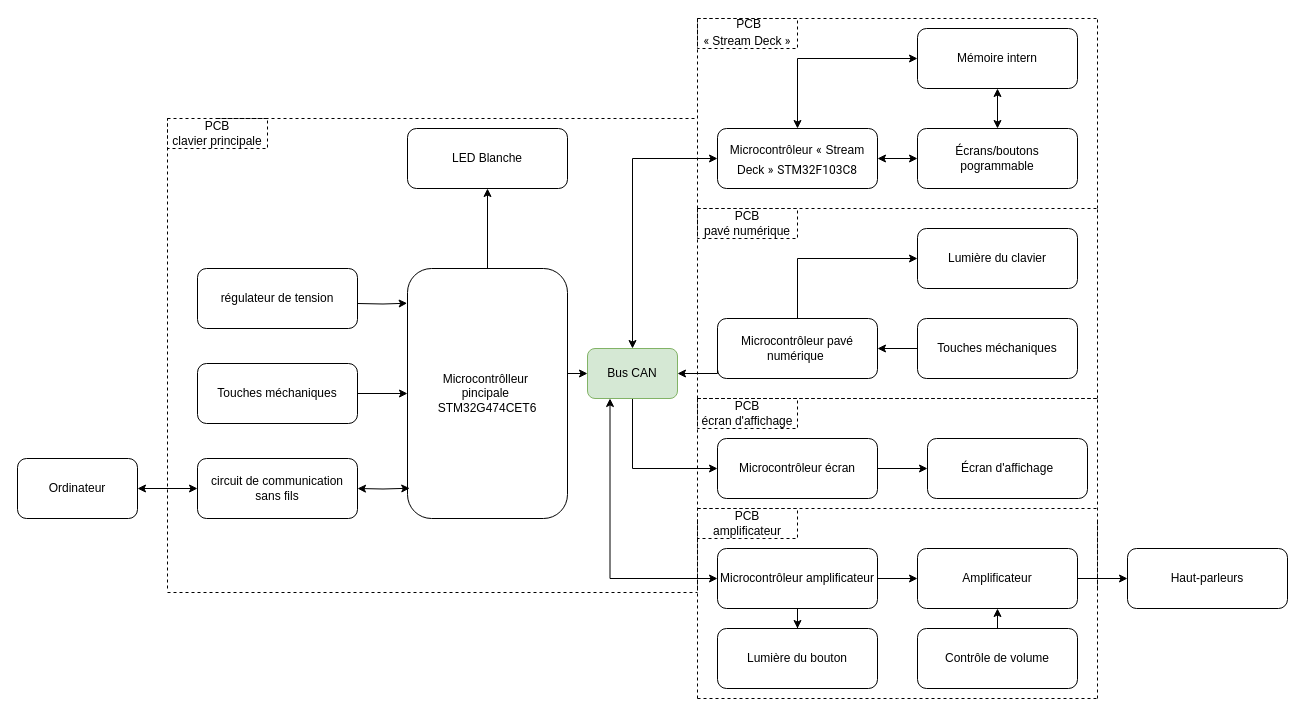
The draw.io diagram Schéma bloc technology.drawio in McJorts/Devoir, before the edit. Source tidied: cells renumbered, new cells numbered last; positions are measured from the earlier drawing's top-left corner, leaving out a move shared by most shapes. Both pictures are drawn from the tidied source at 100%, with x=0, y=0 at pixel (17, 18).
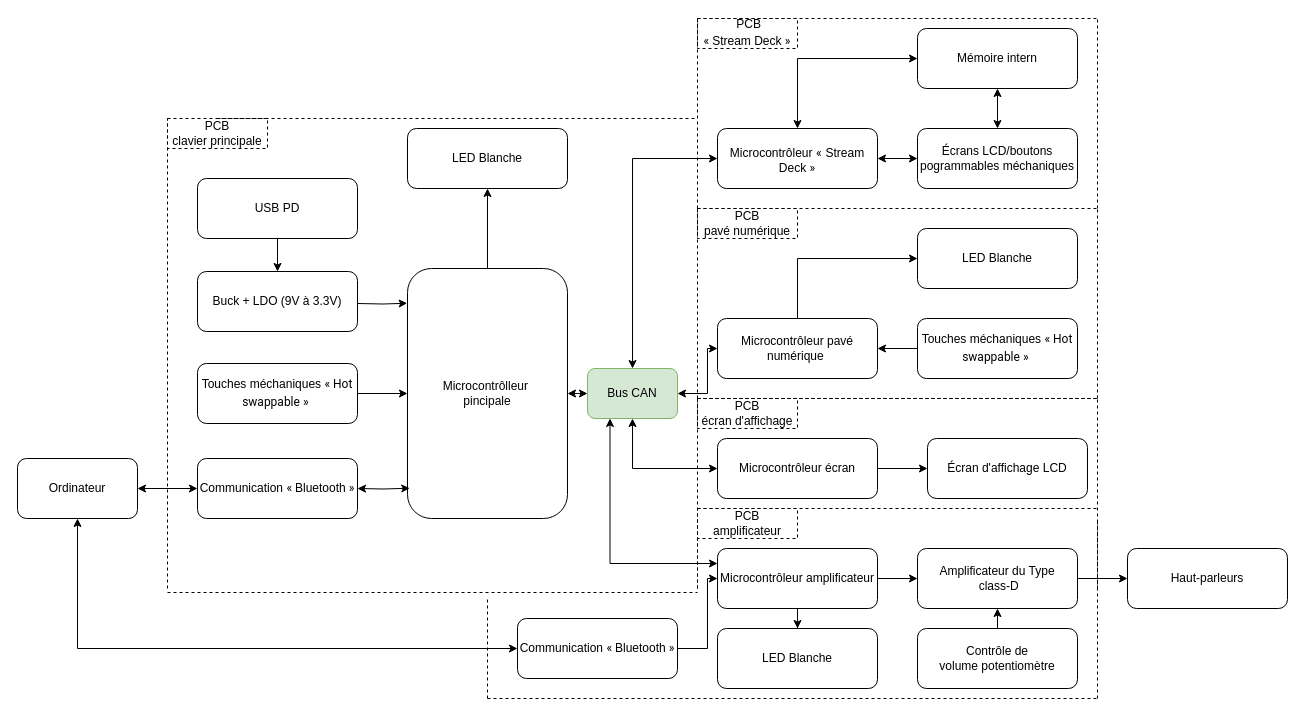
Above is the later version.

Unchanged cells that the change refers to:
```xml
<mxCell id="2" value="Ordinateur" style="rounded=1;whiteSpace=wrap;html=1;" parent="1" vertex="1">
  <mxGeometry y="440" width="120" height="60" as="geometry" />
</mxCell>
<mxCell id="37" value="&lt;div style=&quot;&quot;&gt;&lt;span style=&quot;background-color: transparent; color: light-dark(rgb(0, 0, 0), rgb(255, 255, 255));&quot;&gt;Microcontrôleur pavé numérique&amp;nbsp;&lt;/span&gt;&lt;/div&gt;" style="rounded=1;whiteSpace=wrap;html=1;align=center;" parent="1" vertex="1">
  <mxGeometry x="700" y="300" width="160" height="60" as="geometry" />
</mxCell>
<mxCell id="39" value="&lt;div style=&quot;text-align: start;&quot;&gt;&lt;span style=&quot;background-color: transparent; color: light-dark(rgb(0, 0, 0), rgb(255, 255, 255));&quot;&gt;Microcontrôleur écran&lt;/span&gt;&lt;/div&gt;" style="rounded=1;whiteSpace=wrap;html=1;" parent="1" vertex="1">
  <mxGeometry x="700" y="420" width="160" height="60" as="geometry" />
</mxCell>
<mxCell id="58" value="&lt;div style=&quot;text-align: start;&quot;&gt;&lt;span style=&quot;background-color: transparent; color: light-dark(rgb(0, 0, 0), rgb(255, 255, 255));&quot;&gt;Microcontrôleur amplificateur&lt;/span&gt;&lt;/div&gt;" style="rounded=1;whiteSpace=wrap;html=1;" parent="1" vertex="1">
  <mxGeometry x="700" y="530" width="160" height="60" as="geometry" />
</mxCell>
```

Change to the diagram source:
```diff
@@
+    <mxCell id="66" style="edgeStyle=orthogonalEdgeStyle;rounded=0;jettySize=auto;html=1;curved=0;entryX=0;entryY=0.5;entryDx=0;entryDy=0;startArrow=classic;startFill=1;" parent="1" edge="1" source="2" target="70">
+      <mxGeometry relative="1" as="geometry">
+        <Array as="points">
+          <mxPoint x="60" y="630" />
+        </Array>
+      </mxGeometry>
+    </mxCell>
@@
-    <mxCell id="5" style="edgeStyle=orthogonalEdgeStyle;rounded=0;jettySize=auto;html=1;entryX=0;entryY=0.5;entryDx=0;entryDy=0;startArrow=classic;startFill=1;exitX=0.25;exitY=1;exitDx=0;exitDy=0;" parent="1" edge="1" source="65" target="58">
+    <mxCell id="5" style="edgeStyle=orthogonalEdgeStyle;rounded=0;jettySize=auto;html=1;entryX=0;entryY=0.25;entryDx=0;entryDy=0;startArrow=classic;startFill=1;exitX=0.25;exitY=1;exitDx=0;exitDy=0;" parent="1" edge="1" source="65" target="58">
       <mxGeometry relative="1" as="geometry">
         <Array as="points">
-          <mxPoint x="592.5" y="560" />
+          <mxPoint x="592.5" y="545" />
         </Array>
       </mxGeometry>
     </mxCell>
-    <mxCell id="6" style="edgeStyle=orthogonalEdgeStyle;rounded=0;jettySize=auto;html=1;exitX=1;exitY=0.5;exitDx=0;exitDy=0;entryX=0;entryY=0.5;entryDx=0;entryDy=0;" parent="1" edge="1" source="7" target="65">
+    <mxCell id="6" style="edgeStyle=orthogonalEdgeStyle;rounded=0;jettySize=auto;html=1;exitX=1;exitY=0.5;exitDx=0;exitDy=0;entryX=0;entryY=0.5;entryDx=0;entryDy=0;startArrow=classic;startFill=1;" parent="1" edge="1" source="7" target="65">
       <mxGeometry relative="1" as="geometry">
         <Array as="points">
-          <mxPoint x="550" y="355" />
+          <mxPoint x="560" y="375" />
+          <mxPoint x="560" y="375" />
         </Array>
       </mxGeometry>
     </mxCell>
-    <mxCell id="7" value="Microcontrôlleur&amp;nbsp;&lt;div&gt;pincipale&amp;nbsp;&lt;/div&gt;&lt;div&gt;STM32G474CET6&lt;/div&gt;" style="rounded=1;whiteSpace=wrap;html=1;" parent="1" vertex="1">
+    <mxCell id="7" value="Microcontrôlleur&amp;nbsp;&lt;div&gt;pincipale&lt;/div&gt;" style="rounded=1;whiteSpace=wrap;html=1;" parent="1" vertex="1">
       <mxGeometry x="390" y="250" width="160" height="250" as="geometry" />
     </mxCell>
@@
-    <mxCell id="10" value="circuit de communication sans fils" style="rounded=1;whiteSpace=wrap;html=1;" parent="1" vertex="1">
+    <mxCell id="10" value="&lt;br&gt;&lt;div align=&quot;center&quot;&gt;Communication&amp;nbsp;&lt;font&gt;&lt;span style=&quot;font-family: roboto, helvetica, sans-serif; text-align: start; background-color: rgb(255, 255, 255);&quot;&gt;«&amp;nbsp;&lt;/span&gt;&lt;/font&gt;Bluetooth&lt;span style=&quot;font-family: roboto, helvetica, sans-serif; text-align: start; background-color: rgb(255, 255, 255);&quot;&gt;&lt;font&gt;&amp;nbsp;»&lt;/font&gt;&lt;/span&gt;&lt;br&gt;&lt;br&gt;&lt;/div&gt;" style="rounded=1;whiteSpace=wrap;html=1;align=center;" parent="1" vertex="1">
       <mxGeometry x="180" y="440" width="160" height="60" as="geometry" />
     </mxCell>
@@
+    <mxCell id="67" style="edgeStyle=orthogonalEdgeStyle;rounded=0;jettySize=auto;html=1;" parent="1" edge="1" source="13" target="68">
+      <mxGeometry relative="1" as="geometry" />
+    </mxCell>
-    <mxCell id="13" value="régulateur de tension" style="rounded=1;whiteSpace=wrap;html=1;" parent="1" vertex="1">
-      <mxGeometry x="180" y="250" width="160" height="60" as="geometry" />
+    <mxCell id="13" value="USB PD" style="rounded=1;whiteSpace=wrap;html=1;" parent="1" vertex="1">
+      <mxGeometry x="180" y="160" width="160" height="60" as="geometry" />
     </mxCell>
@@
-    <mxCell id="15" value="Microcontrôleur&lt;font&gt;&amp;nbsp;&lt;span style=&quot;font-family: roboto, helvetica, sans-serif; text-align: start; background-color: rgb(255, 255, 255);&quot;&gt;«&lt;/span&gt;&lt;/font&gt;&lt;span style=&quot;font-family: roboto, helvetica, sans-serif; font-size: 16px; text-align: start; background-color: rgb(255, 255, 255);&quot;&gt;&amp;nbsp;&lt;/span&gt;Stream Deck&amp;nbsp;&lt;span style=&quot;line-height: 115%; font-family: Aptos, sans-serif;&quot;&gt;&lt;/span&gt;&lt;span style=&quot;font-family: roboto, helvetica, sans-serif; text-align: start; background-color: rgb(255, 255, 255);&quot;&gt;&lt;font&gt;»&lt;span style=&quot;font-size: 16px;&quot;&gt;&amp;nbsp;&lt;/span&gt;&lt;font&gt;STM32F103C8&lt;/font&gt;&lt;/font&gt;&lt;/span&gt;" style="rounded=1;whiteSpace=wrap;html=1;" parent="1" vertex="1">
+    <mxCell id="15" value="Microcontrôleur&lt;font&gt;&amp;nbsp;&lt;span style=&quot;font-family: roboto, helvetica, sans-serif; text-align: start; background-color: rgb(255, 255, 255);&quot;&gt;«&lt;/span&gt;&lt;/font&gt;&lt;span style=&quot;font-family: roboto, helvetica, sans-serif; font-size: 16px; text-align: start; background-color: rgb(255, 255, 255);&quot;&gt;&amp;nbsp;&lt;/span&gt;Stream Deck&amp;nbsp;&lt;span style=&quot;line-height: 115%; font-family: Aptos, sans-serif;&quot;&gt;&lt;/span&gt;&lt;span style=&quot;font-family: roboto, helvetica, sans-serif; text-align: start; background-color: rgb(255, 255, 255);&quot;&gt;&lt;font&gt;»&lt;/font&gt;&lt;/span&gt;" style="rounded=1;whiteSpace=wrap;html=1;" parent="1" vertex="1">
       <mxGeometry x="700" y="110" width="160" height="60" as="geometry" />
     </mxCell>
@@
-    <mxCell id="19" value="Écrans/boutons pogrammable" style="rounded=1;whiteSpace=wrap;html=1;" parent="1" vertex="1">
+    <mxCell id="19" value="Écrans LCD/boutons pogrammables méchaniques" style="rounded=1;whiteSpace=wrap;html=1;" parent="1" vertex="1">
       <mxGeometry x="900" y="110" width="160" height="60" as="geometry" />
     </mxCell>
@@
     <mxCell id="32" style="endArrow=none;dashed=1;html=1;rounded=0;" parent="1" edge="1">
       <mxGeometry relative="1" as="geometry">
-        <mxPoint x="680" y="680" as="sourcePoint" />
+        <mxPoint x="680" y="570" as="sourcePoint" />
         <mxPoint x="680" y="500" as="targetPoint" />
       </mxGeometry>
     </mxCell>
     <mxCell id="33" style="endArrow=none;dashed=1;html=1;rounded=0;" parent="1" edge="1">
       <mxGeometry relative="1" as="geometry">
-        <mxPoint x="680" y="680" as="sourcePoint" />
+        <mxPoint x="470" y="680" as="sourcePoint" />
         <mxPoint x="1080" y="680" as="targetPoint" />
         <Array as="points">
           <mxPoint x="880" y="680" />
         </Array>
       </mxGeometry>
     </mxCell>
@@
-    <mxCell id="41" value="&lt;div style=&quot;text-align: start;&quot;&gt;&lt;span style=&quot;background-color: transparent; color: light-dark(rgb(0, 0, 0), rgb(255, 255, 255));&quot;&gt;Amplificateur&lt;/span&gt;&lt;/div&gt;" style="rounded=1;whiteSpace=wrap;html=1;" parent="1" vertex="1">
+    <mxCell id="41" value="&lt;div align=&quot;center&quot;&gt;&lt;span style=&quot;background-color: transparent; color: light-dark(rgb(0, 0, 0), rgb(255, 255, 255));&quot;&gt;Amplificateur du Type&lt;/span&gt;&lt;/div&gt;&lt;div align=&quot;center&quot;&gt;&lt;span style=&quot;background-color: transparent; color: light-dark(rgb(0, 0, 0), rgb(255, 255, 255));&quot;&gt;&amp;nbsp;class-D&lt;/span&gt;&lt;/div&gt;" style="rounded=1;whiteSpace=wrap;html=1;align=center;" parent="1" vertex="1">
       <mxGeometry x="900" y="530" width="160" height="60" as="geometry" />
     </mxCell>
-    <mxCell id="42" value="Lumière du clavier" style="rounded=1;whiteSpace=wrap;html=1;" parent="1" vertex="1">
+    <mxCell id="42" value="LED Blanche" style="rounded=1;whiteSpace=wrap;html=1;" parent="1" vertex="1">
       <mxGeometry x="900" y="210" width="160" height="60" as="geometry" />
     </mxCell>
@@
-    <mxCell id="44" value="Touches méchaniques" style="rounded=1;whiteSpace=wrap;html=1;" parent="1" vertex="1">
+    <mxCell id="44" value="Touches méchaniques&amp;nbsp;&lt;font&gt;&lt;span style=&quot;font-family: roboto, helvetica, sans-serif; text-align: start; background-color: rgb(255, 255, 255);&quot;&gt;« Hot swappable&lt;/span&gt;&lt;/font&gt;&lt;span style=&quot;font-family: roboto, helvetica, sans-serif; text-align: start; background-color: rgb(255, 255, 255);&quot;&gt;&lt;font&gt;&amp;nbsp;»&lt;span style=&quot;font-size: 16px;&quot;&gt;&lt;/span&gt;&lt;/font&gt;&lt;/span&gt;&amp;nbsp;" style="rounded=1;whiteSpace=wrap;html=1;" parent="1" vertex="1">
       <mxGeometry x="900" y="300" width="160" height="60" as="geometry" />
     </mxCell>
-    <mxCell id="45" value="Écran d'affichage" style="rounded=1;whiteSpace=wrap;html=1;" parent="1" vertex="1">
+    <mxCell id="45" value="Écran d'affichage LCD" style="rounded=1;whiteSpace=wrap;html=1;" parent="1" vertex="1">
       <mxGeometry x="910" y="420" width="160" height="60" as="geometry" />
     </mxCell>
@@
-    <mxCell id="47" value="Contrôle de volume" style="rounded=1;whiteSpace=wrap;html=1;" parent="1" vertex="1">
+    <mxCell id="47" value="Contrôle de volume&amp;nbsp;potentiomètre " style="rounded=1;whiteSpace=wrap;html=1;" parent="1" vertex="1">
       <mxGeometry x="900" y="610" width="160" height="60" as="geometry" />
     </mxCell>
@@
-    <mxCell id="55" value="Touches méchaniques" style="rounded=1;whiteSpace=wrap;html=1;" parent="1" vertex="1">
+    <mxCell id="55" value="Touches méchaniques&amp;nbsp;&lt;font&gt;&lt;span style=&quot;font-family: roboto, helvetica, sans-serif; text-align: start; background-color: rgb(255, 255, 255);&quot;&gt;« Hot swappable&lt;/span&gt;&lt;/font&gt;&lt;span style=&quot;font-family: roboto, helvetica, sans-serif; text-align: start; background-color: rgb(255, 255, 255);&quot;&gt;&lt;font&gt;&amp;nbsp;»&lt;span style=&quot;font-size: 16px;&quot;&gt;&lt;/span&gt;&lt;/font&gt;&lt;/span&gt;&amp;nbsp;" style="rounded=1;whiteSpace=wrap;html=1;" parent="1" vertex="1">
       <mxGeometry x="180" y="345" width="160" height="60" as="geometry" />
     </mxCell>
@@
-    <mxCell id="59" value="Lumière du bouton" style="rounded=1;whiteSpace=wrap;html=1;" parent="1" vertex="1">
+    <mxCell id="59" value="LED Blanche" style="rounded=1;whiteSpace=wrap;html=1;" parent="1" vertex="1">
       <mxGeometry x="700" y="610" width="160" height="60" as="geometry" />
     </mxCell>
@@
-    <mxCell id="63" style="edgeStyle=orthogonalEdgeStyle;rounded=0;jettySize=auto;html=1;exitX=0;exitY=0.5;exitDx=0;exitDy=0;entryX=1;entryY=0.5;entryDx=0;entryDy=0;" parent="1" edge="1" source="37" target="65">
+    <mxCell id="63" style="edgeStyle=orthogonalEdgeStyle;rounded=0;jettySize=auto;html=1;exitX=0;exitY=0.5;exitDx=0;exitDy=0;entryX=1;entryY=0.5;entryDx=0;entryDy=0;startArrow=classic;startFill=1;" parent="1" edge="1" source="37" target="65">
       <mxGeometry relative="1" as="geometry">
         <Array as="points">
-          <mxPoint x="700" y="355" />
+          <mxPoint x="690" y="330" />
+          <mxPoint x="690" y="375" />
         </Array>
       </mxGeometry>
     </mxCell>
-    <mxCell id="64" style="edgeStyle=orthogonalEdgeStyle;rounded=0;jettySize=auto;html=1;exitX=0.5;exitY=1;exitDx=0;exitDy=0;entryX=0;entryY=0.5;entryDx=0;entryDy=0;" parent="1" edge="1" source="65" target="39">
+    <mxCell id="64" style="edgeStyle=orthogonalEdgeStyle;rounded=0;jettySize=auto;html=1;exitX=0.5;exitY=1;exitDx=0;exitDy=0;entryX=0;entryY=0.5;entryDx=0;entryDy=0;startArrow=classic;startFill=1;" parent="1" edge="1" source="65" target="39">
       <mxGeometry relative="1" as="geometry" />
     </mxCell>
     <mxCell id="65" value="Bus CAN" style="rounded=1;whiteSpace=wrap;html=1;fillColor=#d5e8d4;strokeColor=#82b366;" parent="1" vertex="1">
-      <mxGeometry x="570" y="330" width="90" height="50" as="geometry" />
+      <mxGeometry x="570" y="350" width="90" height="50" as="geometry" />
     </mxCell>
+    <mxCell id="68" value="Buck + LDO (9V à 3.3V)" style="rounded=1;whiteSpace=wrap;html=1;" parent="1" vertex="1">
+      <mxGeometry x="180" y="253" width="160" height="60" as="geometry" />
+    </mxCell>
+    <mxCell id="69" style="edgeStyle=orthogonalEdgeStyle;rounded=0;jettySize=auto;html=1;entryX=0;entryY=0.5;entryDx=0;entryDy=0;" parent="1" edge="1" source="70" target="58">
+      <mxGeometry relative="1" as="geometry">
+        <Array as="points">
+          <mxPoint x="690" y="630" />
+          <mxPoint x="690" y="560" />
+        </Array>
+      </mxGeometry>
+    </mxCell>
+    <mxCell id="70" value="Communication&amp;nbsp;&lt;font&gt;&lt;span style=&quot;font-family: roboto, helvetica, sans-serif; text-align: start; background-color: rgb(255, 255, 255);&quot;&gt;«&amp;nbsp;&lt;/span&gt;&lt;/font&gt;Bluetooth&lt;span style=&quot;font-family: roboto, helvetica, sans-serif; text-align: start; background-color: rgb(255, 255, 255);&quot;&gt;&lt;font&gt;&amp;nbsp;»&lt;/font&gt;&lt;/span&gt;" style="rounded=1;whiteSpace=wrap;html=1;" parent="1" vertex="1">
+      <mxGeometry x="500" y="600" width="160" height="60" as="geometry" />
+    </mxCell>
+    <mxCell id="71" style="endArrow=none;dashed=1;html=1;rounded=0;" parent="1" edge="1">
+      <mxGeometry relative="1" as="geometry">
+        <mxPoint x="470" y="680" as="sourcePoint" />
+        <mxPoint x="470" y="580" as="targetPoint" />
+      </mxGeometry>
+    </mxCell>
```
